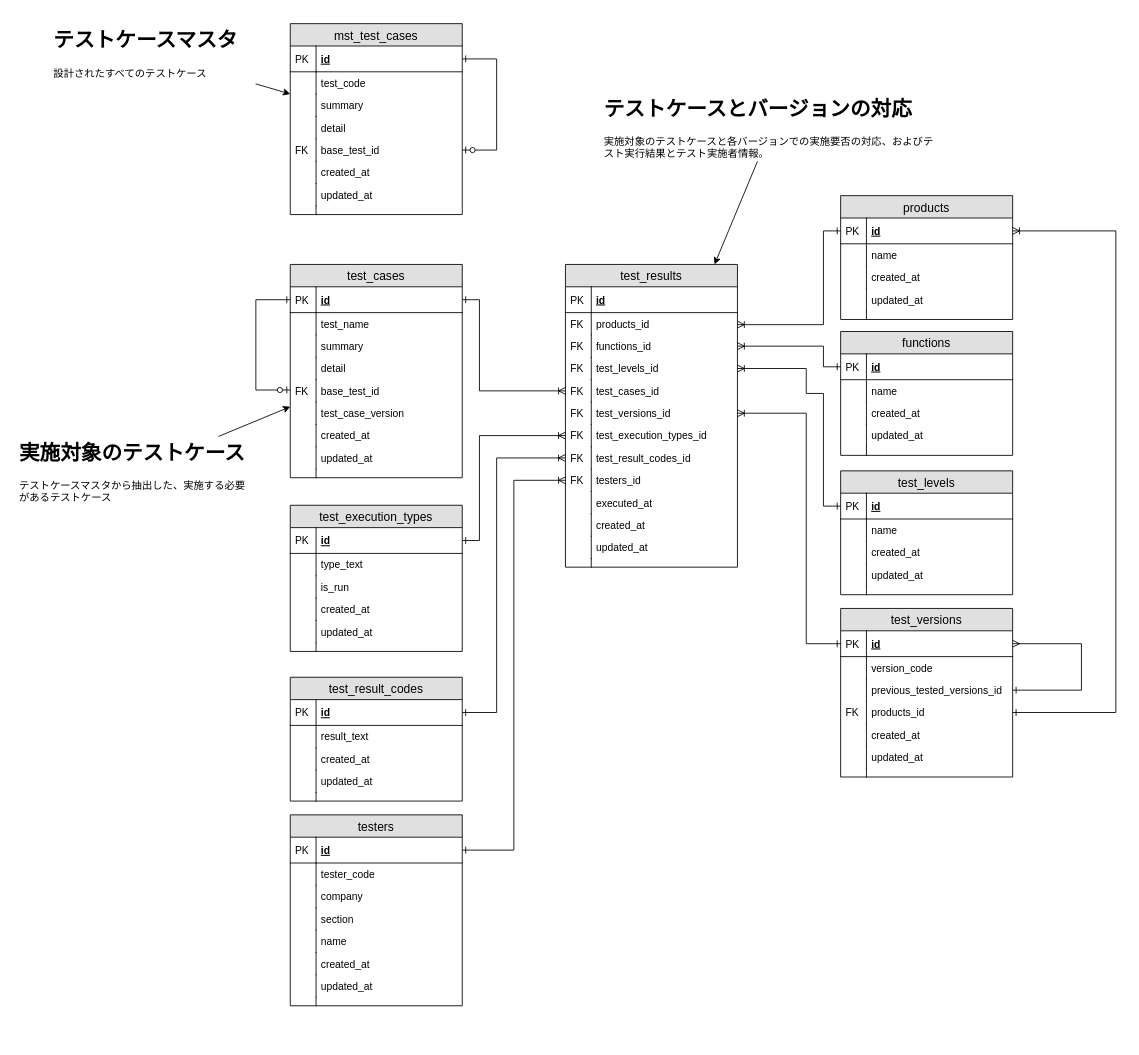
Before: doc/design/db/Database_ER.drawio in CountrySideEngineer/TestResultManager, a draw.io diagram. Source tidied: cells renumbered, new cells numbered last; positions are measured from the earlier drawing's top-left corner, leaving out a move shared by most shapes. Both pictures are drawn from the tidied source at 86%, with x=0, y=0 at pixel (15, 23).
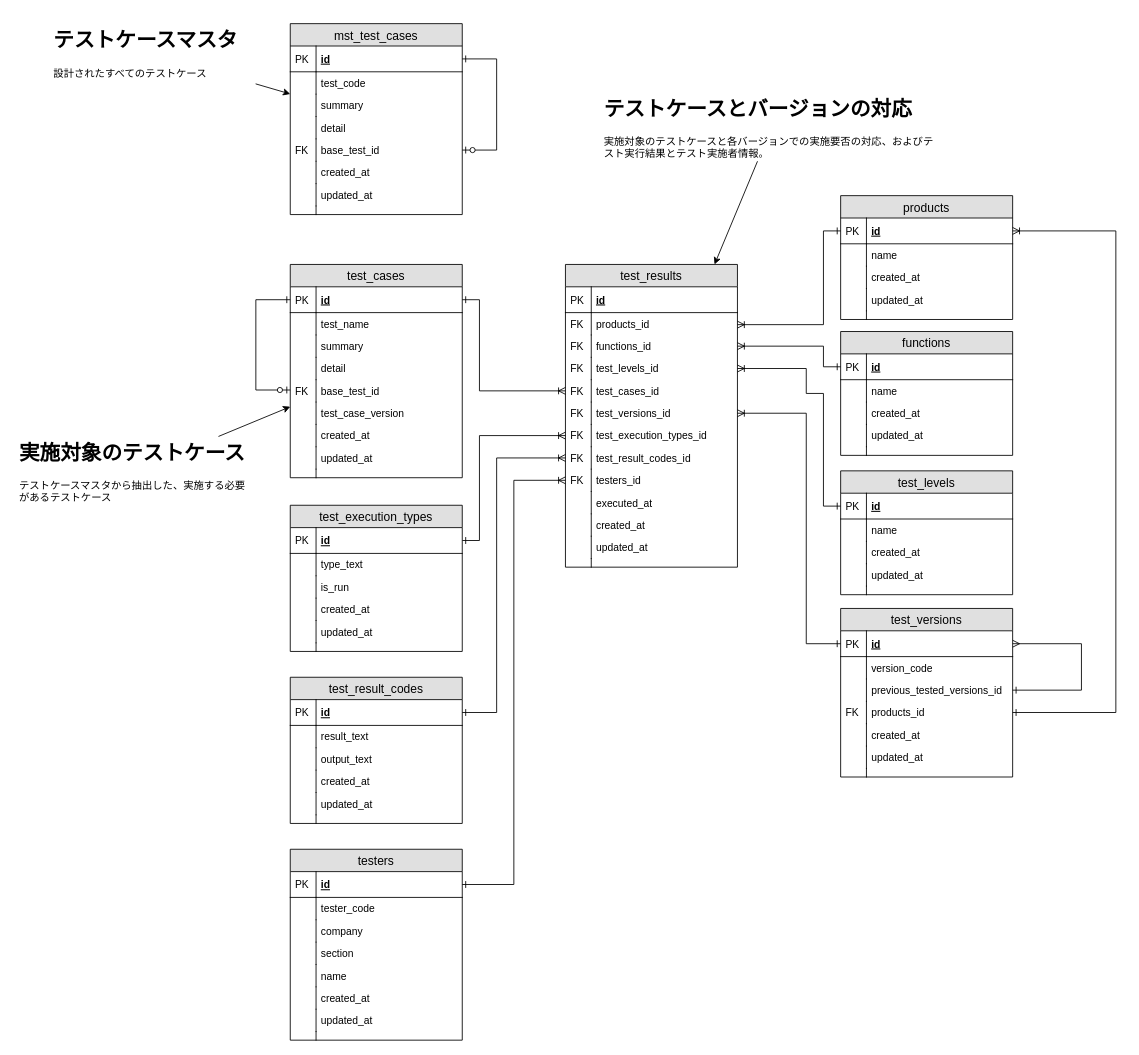
Above is the later version.

Commit message:
Update data base design document.

The change refers to these unchanged cells:
```xml
<mxCell id="68" value="id" style="shape=partialRectangle;top=0;left=0;right=0;bottom=1;align=left;verticalAlign=middle;fillColor=none;spacingLeft=34;spacingRight=4;overflow=hidden;points=[[0,0.5],[1,0.5]];portConstraint=eastwest;fontStyle=5;fontSize=12;" parent="67" vertex="1">
  <mxGeometry y="26" width="200" height="30" as="geometry" />
</mxCell>
<mxCell id="101" value="testers_id" style="shape=partialRectangle;top=0;left=0;right=0;bottom=0;align=left;verticalAlign=top;fillColor=none;spacingLeft=34;spacingRight=4;overflow=hidden;points=[[0,0.5],[1,0.5]];portConstraint=eastwest;fontSize=12;" parent="84" vertex="1">
  <mxGeometry y="238" width="200" height="26" as="geometry" />
</mxCell>
```

Diff of the diagram source:
```diff
@@
     <mxCell id="56" value="test_result_codes" style="swimlane;fontStyle=0;horizontal=1;startSize=26;fillColor=#e0e0e0;swimlaneFillColor=#ffffff;align=center;fontSize=14;" parent="1" vertex="1">
-      <mxGeometry x="320" y="760" width="200" height="144" as="geometry" />
+      <mxGeometry x="320" y="760" width="200" height="170" as="geometry" />
     </mxCell>
@@
+    <mxCell id="172" value="output_text" style="shape=partialRectangle;top=0;left=0;right=0;bottom=0;align=left;verticalAlign=top;fillColor=none;spacingLeft=34;spacingRight=4;overflow=hidden;fontSize=12;" parent="56" vertex="1">
+      <mxGeometry y="82" width="200" height="26" as="geometry" />
+    </mxCell>
+    <mxCell id="173" style="shape=partialRectangle;top=0;left=0;bottom=0;fillColor=none;align=left;verticalAlign=top;spacingLeft=4;spacingRight=4;overflow=hidden;fontSize=12;" parent="172" vertex="1">
+      <mxGeometry width="30" height="26" as="geometry" />
+    </mxCell>
     <mxCell id="61" value="created_at" style="shape=partialRectangle;top=0;left=0;right=0;bottom=0;align=left;verticalAlign=top;fillColor=none;spacingLeft=34;spacingRight=4;overflow=hidden;fontSize=12;" parent="56" vertex="1">
-      <mxGeometry y="82" width="200" height="26" as="geometry" />
+      <mxGeometry y="108" width="200" height="26" as="geometry" />
     </mxCell>
@@
     <mxCell id="63" value="updated_at" style="shape=partialRectangle;top=0;left=0;right=0;bottom=0;align=left;verticalAlign=top;fillColor=none;spacingLeft=34;spacingRight=4;overflow=hidden;fontSize=12;" parent="56" vertex="1">
-      <mxGeometry y="108" width="200" height="26" as="geometry" />
+      <mxGeometry y="134" width="200" height="26" as="geometry" />
     </mxCell>
@@
     <mxCell id="65" style="shape=partialRectangle;top=0;left=0;right=0;bottom=0;align=left;verticalAlign=top;fillColor=none;spacingLeft=34;spacingRight=4;overflow=hidden;fontSize=12;" parent="56" vertex="1">
-      <mxGeometry y="134" width="200" height="10" as="geometry" />
+      <mxGeometry y="160" width="200" height="10" as="geometry" />
     </mxCell>
@@
     <mxCell id="67" value="testers" style="swimlane;fontStyle=0;horizontal=1;startSize=26;fillColor=#e0e0e0;swimlaneFillColor=#ffffff;align=center;fontSize=14;" parent="1" vertex="1">
-      <mxGeometry x="320" y="920" width="200" height="222" as="geometry" />
+      <mxGeometry x="320" y="960" width="200" height="222" as="geometry" />
     </mxCell>
@@
     <mxCell id="112" style="edgeStyle=orthogonalEdgeStyle;rounded=0;jettySize=auto;html=1;endArrow=ERoneToMany;endFill=0;startArrow=ERone;startFill=0;" parent="1" edge="1" source="68" target="101">
       <mxGeometry relative="1" as="geometry">
         <Array as="points">
-          <mxPoint x="580" y="961" />
+          <mxPoint x="580" y="1001" />
           <mxPoint x="580" y="531" />
         </Array>
       </mxGeometry>
     </mxCell>
```
